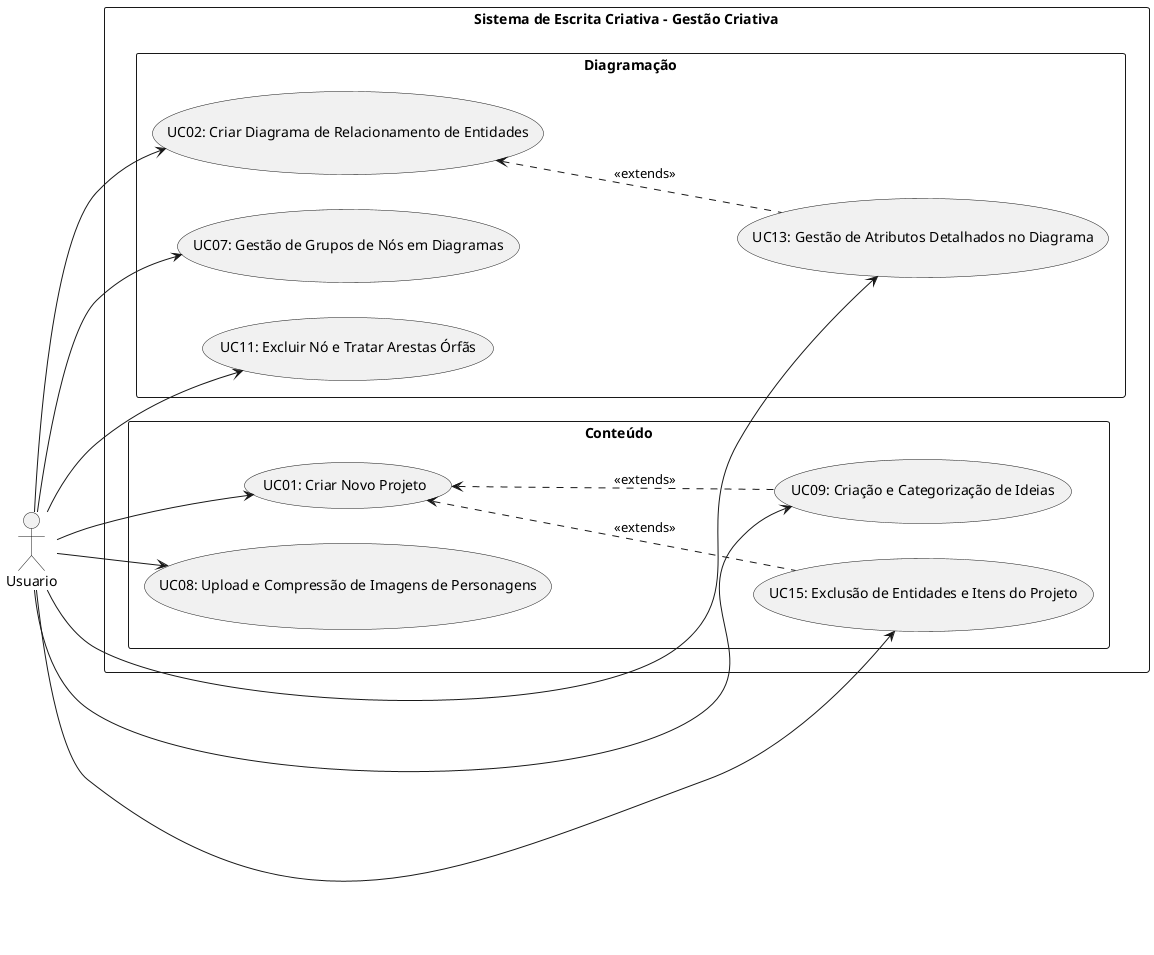
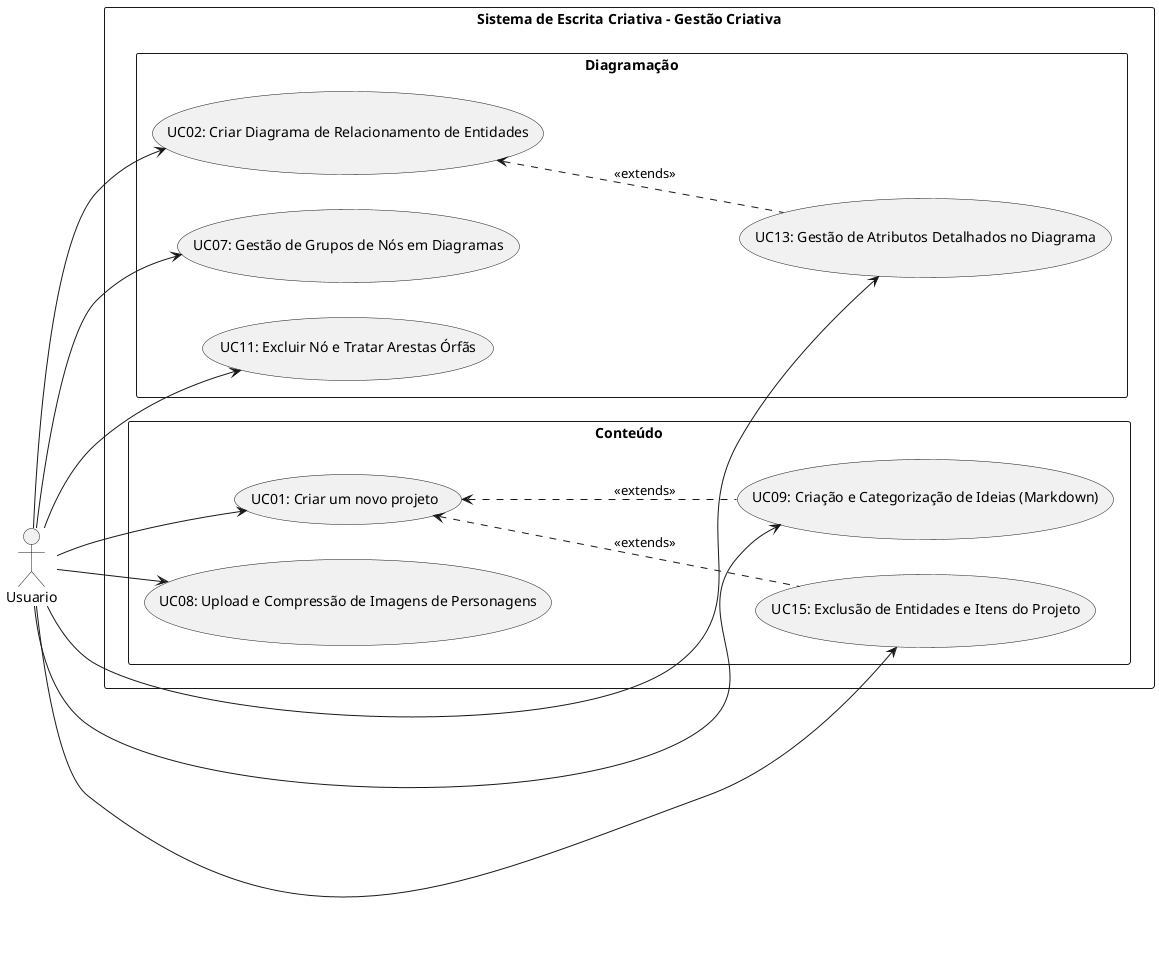
@startuml Diagrama01
left to right direction
skinparam PackageStyle rectangle

actor "Usuario" as U

rectangle "Sistema de Escrita Criativa - Gestão Criativa" {
    package "Diagramação" {
        usecase "UC02: Criar Diagrama de Relacionamento de Entidades" as UC02
        usecase "UC07: Gestão de Grupos de Nós em Diagramas" as UC07
        usecase "UC11: Excluir Nó e Tratar Arestas Órfãs" as UC11
        usecase "UC13: Gestão de Atributos Detalhados no Diagrama" as UC13
    }

    package "Conteúdo" {
-         usecase "UC01: Criar Novo Projeto" as UC01
+         usecase "UC01: Criar um novo projeto" as UC01
        usecase "UC08: Upload e Compressão de Imagens de Personagens" as UC08
-         usecase "UC09: Criação e Categorização de Ideias" as UC09
+         usecase "UC09: Criação e Categorização de Ideias (Markdown)" as UC09
        usecase "UC15: Exclusão de Entidades e Itens do Projeto" as UC15
    }
}

U --> UC01
U --> UC02
U --> UC07
U --> UC08
U --> UC09
U --> UC11
U --> UC13
U --> UC15

UC01 <.-. UC09: <<extends>>
UC01 <.-. UC15: <<extends>>

UC02 <.-. UC13: <<extends>>
- @enduml+ @enduml
